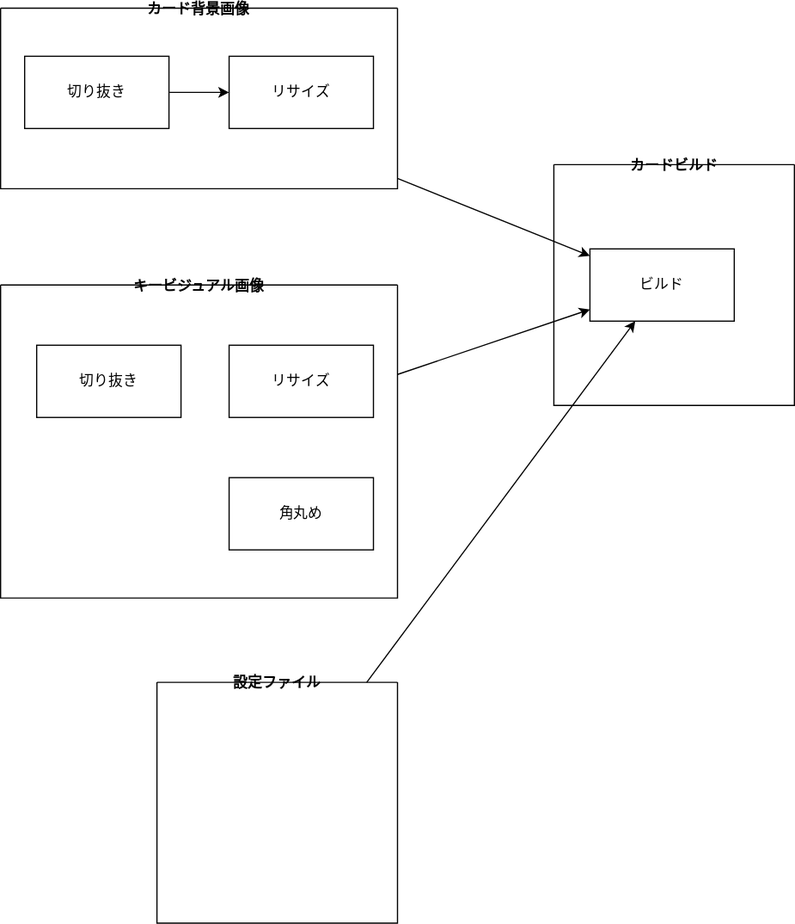
The draw.io diagram kousei.drawio.svg in kijimaD/tcg, before a commit. Source tidied: cells renumbered, new cells last; positions are measured from the earlier drawing's top-left corner, leaving out a move shared by most shapes.
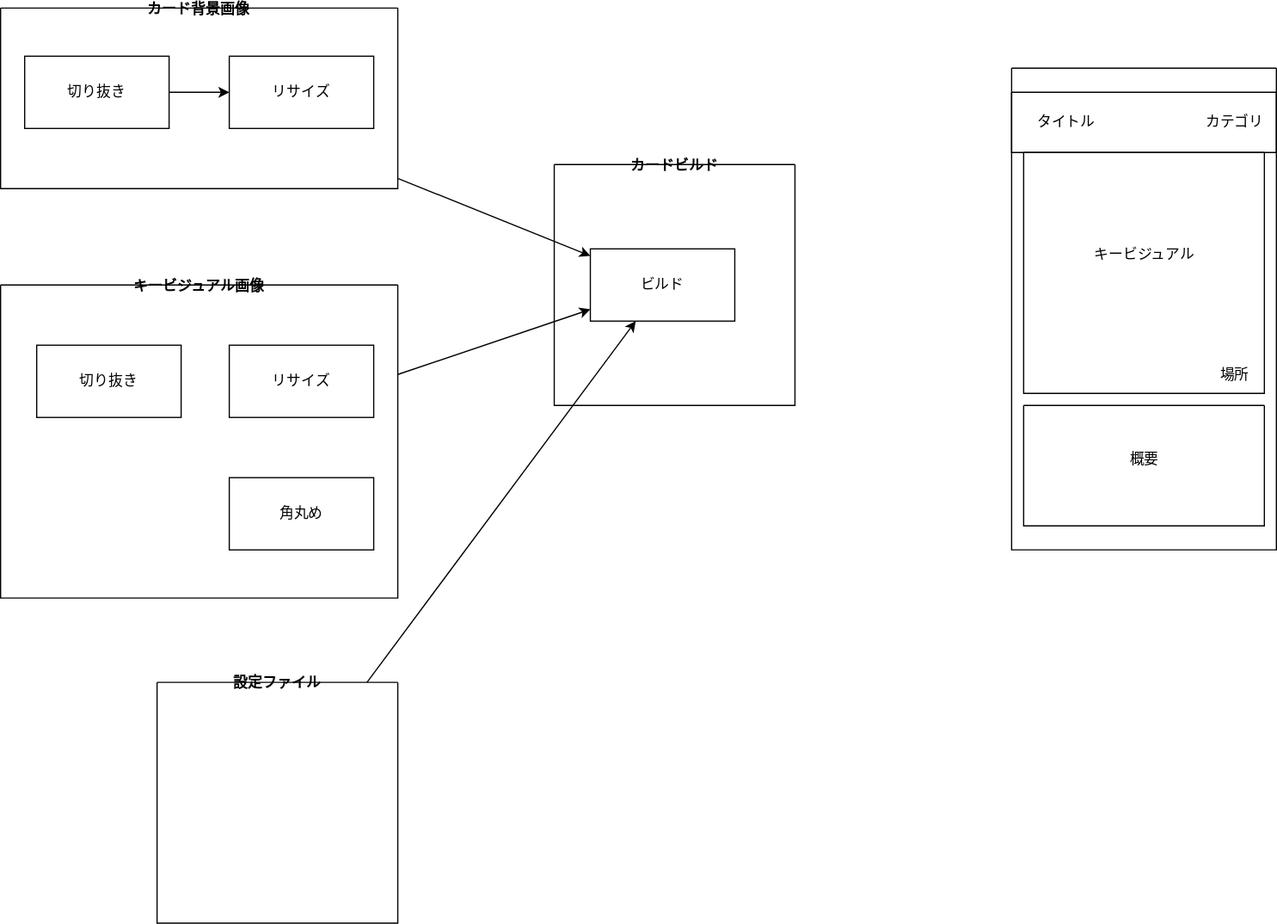
After the commit.

The edit, as a diff of the source:
```diff
@@ -44,5 +44,32 @@
     <mxCell id="15" value="設定ファイル" style="swimlane;startSize=0;" parent="1" vertex="1">
       <mxGeometry x="130" y="560" width="200" height="200" as="geometry" />
     </mxCell>
+    <mxCell id="16" style="swimlane;startSize=0;" parent="1" vertex="1">
+      <mxGeometry x="840" y="50" width="220" height="400" as="geometry" />
+    </mxCell>
+    <mxCell id="17" style="swimlane;startSize=0;" parent="16" vertex="1">
+      <mxGeometry y="20" width="220" height="50" as="geometry" />
+    </mxCell>
+    <mxCell id="18" value="タイトル" style="text;html=1;align=center;verticalAlign=middle;strokeColor=none;fillColor=none;" parent="17" vertex="1">
+      <mxGeometry x="10" y="10" width="70" height="30" as="geometry" />
+    </mxCell>
+    <mxCell id="19" value="カテゴリ" style="text;html=1;align=center;verticalAlign=middle;strokeColor=none;fillColor=none;" parent="17" vertex="1">
+      <mxGeometry x="150" y="10" width="70" height="30" as="geometry" />
+    </mxCell>
+    <mxCell id="20" style="swimlane;startSize=0;" parent="16" vertex="1">
+      <mxGeometry x="10" y="70" width="200" height="200" as="geometry" />
+    </mxCell>
+    <mxCell id="21" value="キービジュアル" style="text;html=1;align=center;verticalAlign=middle;strokeColor=none;fillColor=none;" parent="20" vertex="1">
+      <mxGeometry x="45" y="70" width="110" height="30" as="geometry" />
+    </mxCell>
+    <mxCell id="22" value="場所" style="text;html=1;align=center;verticalAlign=middle;strokeColor=none;fillColor=none;" parent="20" vertex="1">
+      <mxGeometry x="150" y="170" width="50" height="30" as="geometry" />
+    </mxCell>
+    <mxCell id="23" style="swimlane;startSize=0;" parent="1" vertex="1">
+      <mxGeometry x="850" y="330" width="200" height="100" as="geometry" />
+    </mxCell>
+    <mxCell id="24" value="概要" style="text;html=1;align=center;verticalAlign=middle;strokeColor=none;fillColor=none;" parent="23" vertex="1">
+      <mxGeometry x="75" y="30" width="50" height="30" as="geometry" />
+    </mxCell>
   </root>
 </mxGraphModel>
```
